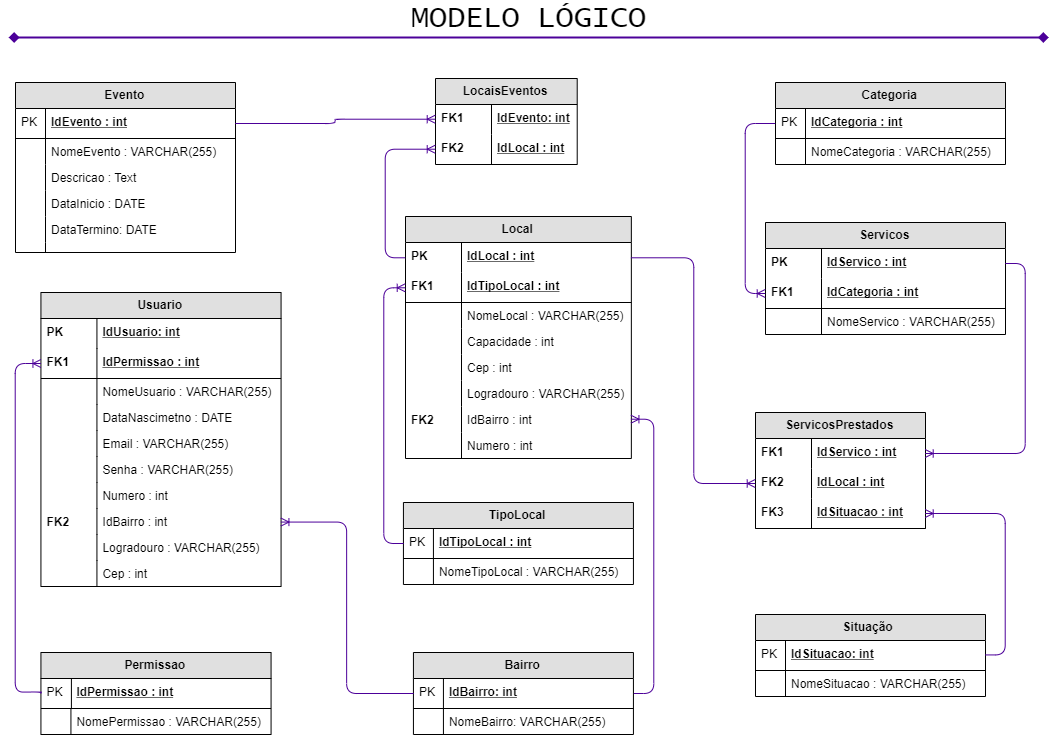
Above: sprint1-bd/Modelagem/modeloLogico.png in lukkanog/website-da-saude (draw.io), before the change. Source tidied: cells renumbered, new cells last; positions are measured from the earlier drawing's top-left corner, leaving out a move shared by most shapes.
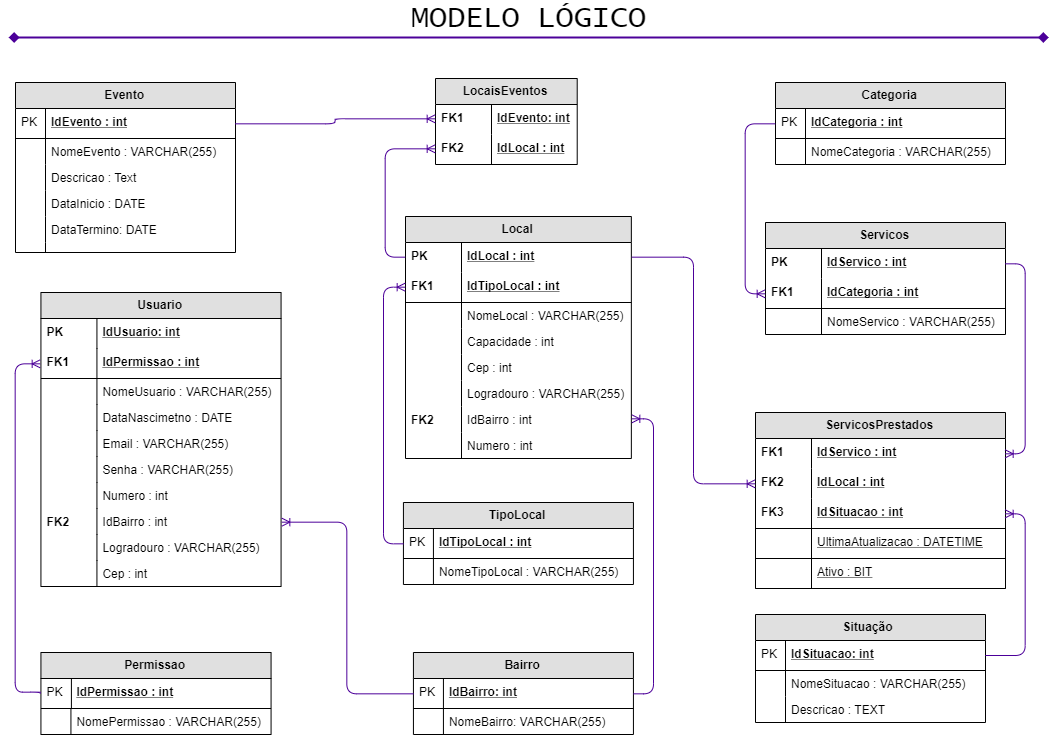
After the commit.

Change to the diagram source:
```diff
@@ -237,28 +237,40 @@
       <mxGeometry width="30" height="26" as="geometry" />
     </mxCell>
     <mxCell id="80" value="ServicosPrestados" style="swimlane;fontStyle=1;horizontal=1;startSize=26;fillColor=#e0e0e0;swimlaneFillColor=#ffffff;align=center;fontSize=12;" parent="1" vertex="1">
-      <mxGeometry x="747" y="405" width="170" height="116" as="geometry" />
+      <mxGeometry x="747" y="405" width="250" height="176" as="geometry" />
     </mxCell>
     <mxCell id="81" value="IdServico : int" style="shape=partialRectangle;top=0;left=0;right=0;bottom=0;align=left;verticalAlign=middle;fillColor=none;spacingLeft=60;spacingRight=4;overflow=hidden;points=[[0,0.5],[1,0.5]];portConstraint=eastwest;fontStyle=5;fontSize=12;" parent="80" vertex="1">
-      <mxGeometry y="26" width="170" height="30" as="geometry" />
+      <mxGeometry y="26" width="250" height="30" as="geometry" />
     </mxCell>
     <mxCell id="82" value="FK1" style="shape=partialRectangle;fontStyle=1;top=0;left=0;bottom=0;fillColor=none;align=left;verticalAlign=middle;spacingLeft=4;spacingRight=4;overflow=hidden;fontSize=12;" parent="81" vertex="1">
       <mxGeometry width="56" height="30" as="geometry" />
     </mxCell>
     <mxCell id="83" value="IdLocal : int" style="shape=partialRectangle;top=0;left=0;right=0;bottom=0;align=left;verticalAlign=middle;fillColor=none;spacingLeft=60;spacingRight=4;overflow=hidden;points=[[0,0.5],[1,0.5]];portConstraint=eastwest;fontStyle=5;fontSize=12;" parent="80" vertex="1">
-      <mxGeometry y="56" width="170" height="30" as="geometry" />
+      <mxGeometry y="56" width="250" height="30" as="geometry" />
     </mxCell>
     <mxCell id="84" value="FK2" style="shape=partialRectangle;fontStyle=1;top=0;left=0;bottom=0;fillColor=none;align=left;verticalAlign=middle;spacingLeft=4;spacingRight=4;overflow=hidden;fontSize=12;" parent="83" vertex="1">
       <mxGeometry width="56" height="30" as="geometry" />
     </mxCell>
     <mxCell id="85" value="IdSituacao : int" style="shape=partialRectangle;top=0;left=0;right=0;bottom=1;align=left;verticalAlign=middle;fillColor=none;spacingLeft=60;spacingRight=4;overflow=hidden;points=[[0,0.5],[1,0.5]];portConstraint=eastwest;fontStyle=5;fontSize=12;" parent="80" vertex="1">
-      <mxGeometry y="86" width="170" height="30" as="geometry" />
+      <mxGeometry y="86" width="250" height="30" as="geometry" />
     </mxCell>
     <mxCell id="86" value="FK3" style="shape=partialRectangle;fontStyle=1;top=0;left=0;bottom=0;fillColor=none;align=left;verticalAlign=middle;spacingLeft=4;spacingRight=4;overflow=hidden;fontSize=12;" parent="85" vertex="1">
       <mxGeometry width="56" height="30" as="geometry" />
     </mxCell>
+    <mxCell id="109" value="UltimaAtualizacao : DATETIME" style="shape=partialRectangle;top=0;left=0;right=0;bottom=1;align=left;verticalAlign=middle;fillColor=none;spacingLeft=60;spacingRight=4;overflow=hidden;fontStyle=4;fontSize=12;" parent="80" vertex="1">
+      <mxGeometry y="116" width="250" height="30" as="geometry" />
+    </mxCell>
+    <mxCell id="110" style="shape=partialRectangle;fontStyle=1;top=0;left=0;bottom=0;fillColor=none;align=left;verticalAlign=middle;spacingLeft=4;spacingRight=4;overflow=hidden;fontSize=12;" parent="109" vertex="1">
+      <mxGeometry width="56" height="30" as="geometry" />
+    </mxCell>
+    <mxCell id="111" value="Ativo : BIT" style="shape=partialRectangle;top=0;left=0;right=0;bottom=1;align=left;verticalAlign=middle;fillColor=none;spacingLeft=60;spacingRight=4;overflow=hidden;fontStyle=4;fontSize=12;" parent="80" vertex="1">
+      <mxGeometry y="146" width="250" height="30" as="geometry" />
+    </mxCell>
+    <mxCell id="112" style="shape=partialRectangle;fontStyle=1;top=0;left=0;bottom=0;fillColor=none;align=left;verticalAlign=middle;spacingLeft=4;spacingRight=4;overflow=hidden;fontSize=12;" parent="111" vertex="1">
+      <mxGeometry width="56" height="30" as="geometry" />
+    </mxCell>
     <mxCell id="87" value="Situação " style="swimlane;fontStyle=1;horizontal=1;startSize=26;fillColor=#e0e0e0;swimlaneFillColor=#ffffff;align=center;fontSize=12;" parent="1" vertex="1">
-      <mxGeometry x="747" y="607" width="230" height="82" as="geometry" />
+      <mxGeometry x="747" y="607" width="230" height="108" as="geometry" />
     </mxCell>
     <mxCell id="88" value="IdSituacao: int" style="shape=partialRectangle;top=0;left=0;right=0;bottom=1;align=left;verticalAlign=middle;fillColor=none;spacingLeft=34;spacingRight=4;overflow=hidden;points=[[0,0.5],[1,0.5]];portConstraint=eastwest;fontStyle=5;fontSize=12;" parent="87" vertex="1">
       <mxGeometry y="26" width="230" height="30" as="geometry" />
@@ -272,6 +284,12 @@
     <mxCell id="91" style="shape=partialRectangle;top=0;left=0;bottom=0;fillColor=none;align=left;verticalAlign=top;spacingLeft=4;spacingRight=4;overflow=hidden;fontSize=12;" parent="90" vertex="1">
       <mxGeometry width="30" height="26" as="geometry" />
     </mxCell>
+    <mxCell id="113" value="Descricao : TEXT" style="shape=partialRectangle;top=0;left=0;right=0;bottom=0;align=left;verticalAlign=top;fillColor=none;spacingLeft=34;spacingRight=4;overflow=hidden;fontSize=12;" parent="87" vertex="1">
+      <mxGeometry y="82" width="230" height="26" as="geometry" />
+    </mxCell>
+    <mxCell id="114" style="shape=partialRectangle;top=0;left=0;bottom=0;fillColor=none;align=left;verticalAlign=top;spacingLeft=4;spacingRight=4;overflow=hidden;fontSize=12;" parent="113" vertex="1">
+      <mxGeometry width="30" height="26" as="geometry" />
+    </mxCell>
     <mxCell id="92" value="LocaisEventos" style="swimlane;fontStyle=1;horizontal=1;startSize=26;fillColor=#e0e0e0;swimlaneFillColor=#ffffff;align=center;fontSize=12;" parent="1" vertex="1">
       <mxGeometry x="427" y="71" width="141.7" height="86" as="geometry" />
     </mxCell>
```
